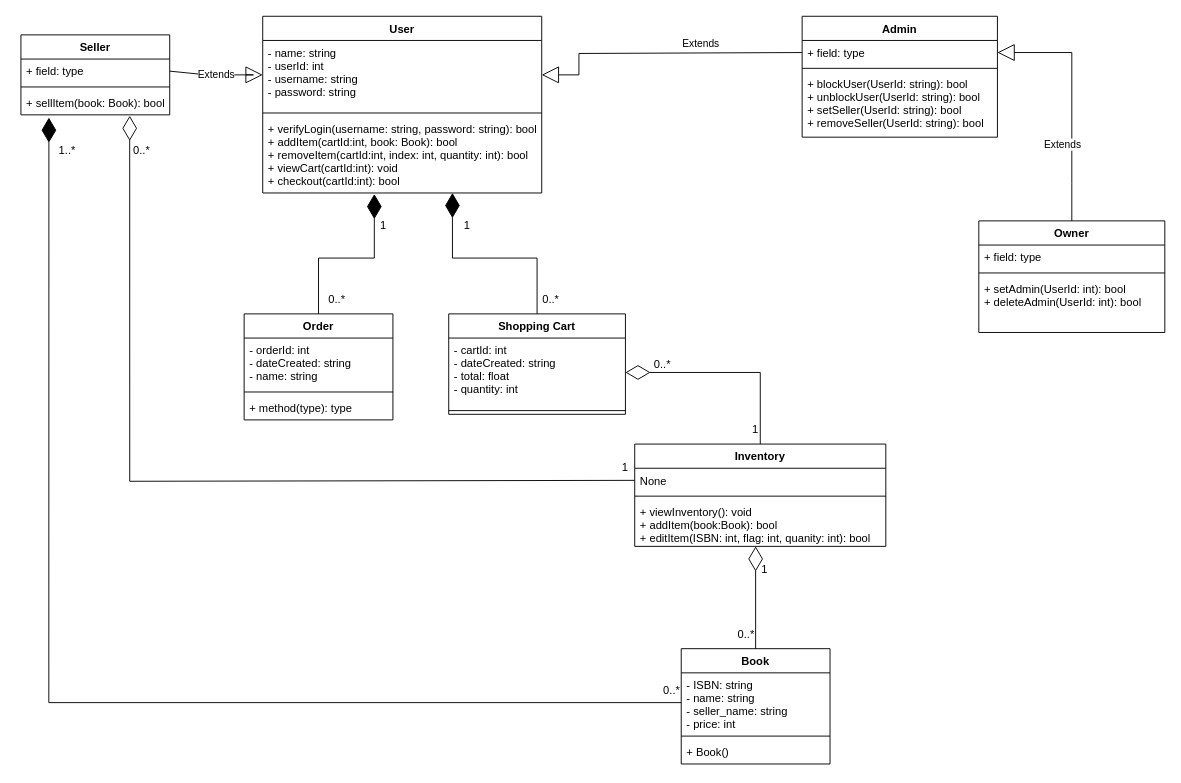
Before: Class_Diagram.drawio in adl409/SE-project-Group-5, a draw.io diagram. Source tidied: cells renumbered, new cells numbered last; positions are measured from the earlier drawing's top-left corner, leaving out a move shared by most shapes. Both pictures are drawn from the tidied source at 93%, with x=0, y=0 at pixel (20, 16).
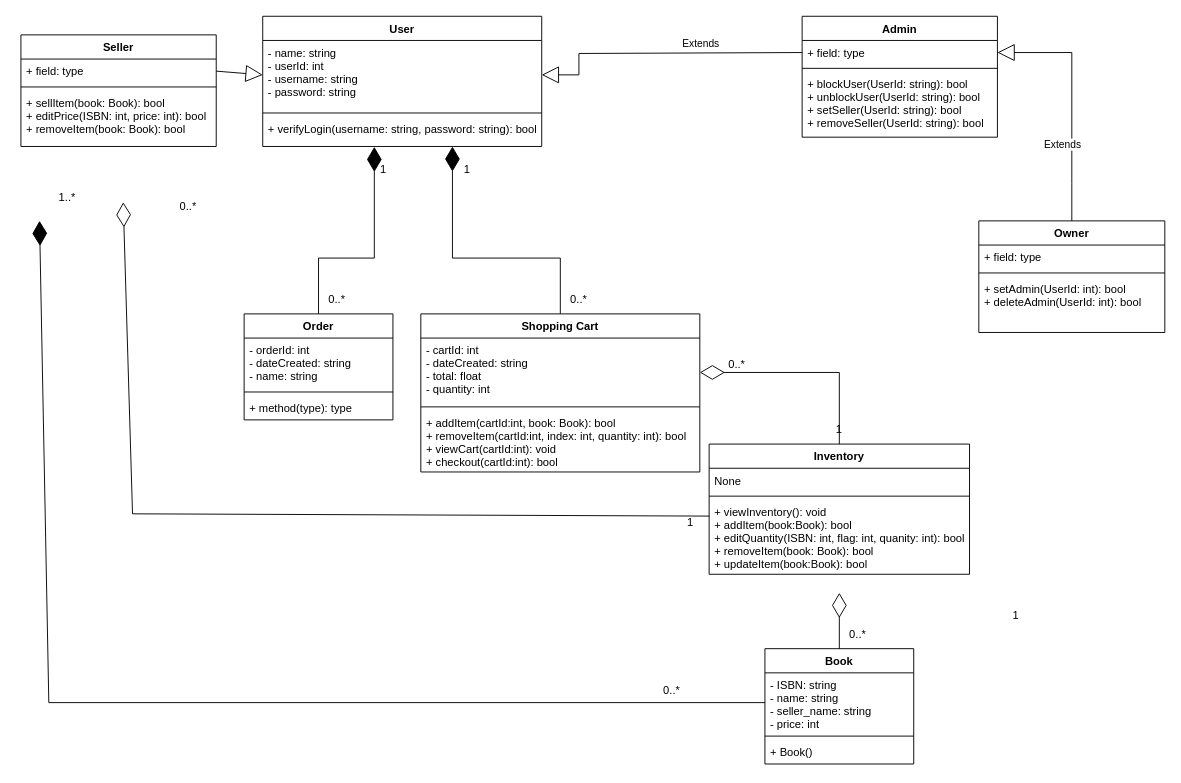
Above is the later version.

Unchanged cells that the change refers to:
```xml
<mxCell id="3" value="- name: string&#10;- userId: int&#10;- username: string&#10;- password: string" style="text;strokeColor=none;fillColor=none;align=left;verticalAlign=top;spacingLeft=4;spacingRight=4;overflow=hidden;points=[[0,0.5],[1,0.5]];portConstraint=eastwest;" parent="2" vertex="1">
  <mxGeometry y="26" width="300" height="74" as="geometry" />
</mxCell>
<mxCell id="42" value="- ISBN: string&#10;- name: string&#10;- seller_name: string&#10;- price: int" style="text;strokeColor=none;fillColor=none;align=left;verticalAlign=top;spacingLeft=4;spacingRight=4;overflow=hidden;points=[[0,0.5],[1,0.5]];portConstraint=eastwest;" parent="41" vertex="1">
  <mxGeometry y="26" width="160" height="64" as="geometry" />
</mxCell>
```

What changed in the source:
```diff
@@
     <mxCell id="2" value="User" style="swimlane;fontStyle=1;align=center;verticalAlign=top;horizontal=1;startSize=26;" parent="1" vertex="1">
-      <mxGeometry x="260" width="300" height="190" as="geometry" />
+      <mxGeometry x="260" width="300" height="140" as="geometry" />
     </mxCell>
@@
-    <mxCell id="5" value="+ verifyLogin(username: string, password: string): bool&#10;+ addItem(cartId:int, book: Book): bool&#10;+ removeItem(cartId:int, index: int, quantity: int): bool&#10;+ viewCart(cartId:int): void&#10;+ checkout(cartId:int): bool&#10;" style="text;strokeColor=none;fillColor=none;align=left;verticalAlign=top;spacingLeft=4;spacingRight=4;overflow=hidden;points=[[0,0.5],[1,0.5]];portConstraint=eastwest;" parent="2" vertex="1">
-      <mxGeometry y="108" width="300" height="82" as="geometry" />
+    <mxCell id="5" value="+ verifyLogin(username: string, password: string): bool&#10;" style="text;strokeColor=none;fillColor=none;align=left;verticalAlign=top;spacingLeft=4;spacingRight=4;overflow=hidden;points=[[0,0.5],[1,0.5]];portConstraint=eastwest;" parent="2" vertex="1">
+      <mxGeometry y="108" width="300" height="32" as="geometry" />
     </mxCell>
@@
-    <mxCell id="10" value="Shopping Cart" style="swimlane;fontStyle=1;align=center;verticalAlign=top;horizontal=1;startSize=26;" parent="1" vertex="1">
-      <mxGeometry x="460" y="320" width="190" height="108" as="geometry" />
-    </mxCell>
-    <mxCell id="11" value="- cartId: int&#10;- dateCreated: string&#10;- total: float&#10;- quantity: int" style="text;strokeColor=none;fillColor=none;align=left;verticalAlign=top;spacingLeft=4;spacingRight=4;overflow=hidden;points=[[0,0.5],[1,0.5]];portConstraint=eastwest;" parent="10" vertex="1">
-      <mxGeometry y="26" width="190" height="74" as="geometry" />
-    </mxCell>
-    <mxCell id="12" style="line;strokeWidth=1;fillColor=none;align=left;verticalAlign=middle;spacingTop=-1;spacingLeft=3;spacingRight=3;labelPosition=right;strokeColor=inherit;" parent="10" vertex="1">
-      <mxGeometry y="100" width="190" height="8" as="geometry" />
-    </mxCell>
     <mxCell id="13" value="Seller" style="swimlane;fontStyle=1;align=center;verticalAlign=top;horizontal=1;startSize=26;" parent="1" vertex="1">
-      <mxGeometry y="20" width="160" height="86" as="geometry" />
+      <mxGeometry y="20" width="210" height="120" as="geometry" />
     </mxCell>
     <mxCell id="14" value="+ field: type" style="text;strokeColor=none;fillColor=none;align=left;verticalAlign=top;spacingLeft=4;spacingRight=4;overflow=hidden;points=[[0,0.5],[1,0.5]];portConstraint=eastwest;" parent="13" vertex="1">
-      <mxGeometry y="26" width="160" height="26" as="geometry" />
+      <mxGeometry y="26" width="210" height="26" as="geometry" />
     </mxCell>
     <mxCell id="15" style="line;strokeWidth=1;fillColor=none;align=left;verticalAlign=middle;spacingTop=-1;spacingLeft=3;spacingRight=3;labelPosition=right;strokeColor=inherit;" parent="13" vertex="1">
-      <mxGeometry y="52" width="160" height="8" as="geometry" />
+      <mxGeometry y="52" width="210" height="8" as="geometry" />
     </mxCell>
-    <mxCell id="16" value="+ sellItem(book: Book): bool" style="text;strokeColor=none;fillColor=none;align=left;verticalAlign=top;spacingLeft=4;spacingRight=4;overflow=hidden;points=[[0,0.5],[1,0.5]];portConstraint=eastwest;" parent="13" vertex="1">
-      <mxGeometry y="60" width="160" height="26" as="geometry" />
+    <mxCell id="16" value="+ sellItem(book: Book): bool&#10;+ editPrice(ISBN: int, price: int): bool&#10;+ removeItem(book: Book): bool" style="text;strokeColor=none;fillColor=none;align=left;verticalAlign=top;spacingLeft=4;spacingRight=4;overflow=hidden;points=[[0,0.5],[1,0.5]];portConstraint=eastwest;" parent="13" vertex="1">
+      <mxGeometry y="60" width="210" height="60" as="geometry" />
     </mxCell>
@@
     <mxCell id="21" value="Inventory&#10;" style="swimlane;fontStyle=1;align=center;verticalAlign=top;horizontal=1;startSize=26;" parent="1" vertex="1">
-      <mxGeometry x="660" y="460" width="270" height="110" as="geometry" />
+      <mxGeometry x="740" y="460" width="280" height="140" as="geometry" />
     </mxCell>
     <mxCell id="22" value="None" style="text;strokeColor=none;fillColor=none;align=left;verticalAlign=top;spacingLeft=4;spacingRight=4;overflow=hidden;points=[[0,0.5],[1,0.5]];portConstraint=eastwest;" parent="21" vertex="1">
-      <mxGeometry y="26" width="270" height="26" as="geometry" />
+      <mxGeometry y="26" width="280" height="26" as="geometry" />
     </mxCell>
     <mxCell id="23" style="line;strokeWidth=1;fillColor=none;align=left;verticalAlign=middle;spacingTop=-1;spacingLeft=3;spacingRight=3;labelPosition=right;strokeColor=inherit;" parent="21" vertex="1">
-      <mxGeometry y="52" width="270" height="8" as="geometry" />
+      <mxGeometry y="52" width="280" height="8" as="geometry" />
     </mxCell>
-    <mxCell id="24" value="+ viewInventory(): void&#10;+ addItem(book:Book): bool&#10;+ editItem(ISBN: int, flag: int, quanity: int): bool" style="text;strokeColor=none;fillColor=none;align=left;verticalAlign=top;spacingLeft=4;spacingRight=4;overflow=hidden;points=[[0,0.5],[1,0.5]];portConstraint=eastwest;" parent="21" vertex="1">
-      <mxGeometry y="60" width="270" height="50" as="geometry" />
+    <mxCell id="24" value="+ viewInventory(): void&#10;+ addItem(book:Book): bool&#10;+ editQuantity(ISBN: int, flag: int, quanity: int): bool&#10;+ removeItem(book: Book): bool&#10;+ updateItem(book:Book): bool" style="text;strokeColor=none;fillColor=none;align=left;verticalAlign=top;spacingLeft=4;spacingRight=4;overflow=hidden;points=[[0,0.5],[1,0.5]];portConstraint=eastwest;" parent="21" vertex="1">
+      <mxGeometry y="60" width="280" height="80" as="geometry" />
     </mxCell>
@@
     <mxCell id="29" style="endArrow=diamondThin;endFill=1;endSize=24;html=1;rounded=0;exitX=0.5;exitY=0;exitDx=0;exitDy=0;" parent="1" edge="1" source="10">
       <mxGeometry relative="1" as="geometry">
-        <mxPoint x="464" y="190" as="targetPoint" />
+        <mxPoint x="464" y="140" as="targetPoint" />
         <Array as="points">
-          <mxPoint x="555" y="260" />
+          <mxPoint x="580" y="260" />
           <mxPoint x="464" y="260" />
         </Array>
       </mxGeometry>
     </mxCell>
@@
-    <mxCell id="32" value="Extends" style="endArrow=block;endSize=16;endFill=0;html=1;rounded=0;entryX=0;entryY=0.5;entryDx=0;entryDy=0;exitX=1;exitY=0.5;exitDx=0;exitDy=0;" parent="1" edge="1" source="14" target="3">
-      <mxGeometry relative="1" as="geometry">
-        <Array as="points">
-          <mxPoint x="200" y="63" />
-          <mxPoint x="250" y="63" />
-        </Array>
-      </mxGeometry>
+    <mxCell id="32" value="&lt;br&gt;" style="endArrow=block;endSize=16;endFill=0;html=1;rounded=0;entryX=0;entryY=0.5;entryDx=0;entryDy=0;exitX=1;exitY=0.5;exitDx=0;exitDy=0;" parent="1" edge="1" source="14" target="3">
+      <mxGeometry x="0.43" y="-127" relative="1" as="geometry" />
     </mxCell>
@@
     <mxCell id="35" value="1" style="text;strokeColor=none;align=center;fillColor=none;html=1;verticalAlign=middle;whiteSpace=wrap;rounded=0;" parent="1" vertex="1">
-      <mxGeometry x="360" y="210" width="60" height="30" as="geometry" />
+      <mxGeometry x="360" y="150" width="60" height="30" as="geometry" />
     </mxCell>
     <mxCell id="36" value="1" style="text;strokeColor=none;align=center;fillColor=none;html=1;verticalAlign=middle;whiteSpace=wrap;rounded=0;" parent="1" vertex="1">
-      <mxGeometry x="450" y="210" width="60" height="30" as="geometry" />
+      <mxGeometry x="450" y="150" width="60" height="30" as="geometry" />
     </mxCell>
     <mxCell id="37" value="0..*" style="text;strokeColor=none;align=center;fillColor=none;html=1;verticalAlign=middle;whiteSpace=wrap;rounded=0;" parent="1" vertex="1">
-      <mxGeometry x="540" y="290" width="60" height="30" as="geometry" />
+      <mxGeometry x="570" y="290" width="60" height="30" as="geometry" />
     </mxCell>
-    <mxCell id="38" style="endArrow=diamondThin;endFill=0;endSize=24;html=1;rounded=0;exitX=0.5;exitY=0;exitDx=0;exitDy=0;entryX=1;entryY=0.5;entryDx=0;entryDy=0;" parent="1" edge="1" source="21" target="11">
+    <mxCell id="38" style="endArrow=diamondThin;endFill=0;endSize=24;html=1;rounded=0;exitX=0.5;exitY=0;exitDx=0;exitDy=0;" parent="1" edge="1" source="21">
       <mxGeometry relative="1" as="geometry">
+        <mxPoint x="730" y="383" as="targetPoint" />
         <Array as="points">
-          <mxPoint x="795" y="383" />
+          <mxPoint x="880" y="383" />
         </Array>
       </mxGeometry>
     </mxCell>
     <mxCell id="39" value="1" style="text;strokeColor=none;align=center;fillColor=none;html=1;verticalAlign=middle;whiteSpace=wrap;rounded=0;" parent="1" vertex="1">
-      <mxGeometry x="760" y="430" width="60" height="30" as="geometry" />
+      <mxGeometry x="850" y="430" width="60" height="30" as="geometry" />
     </mxCell>
     <mxCell id="40" value="0..*" style="text;strokeColor=none;align=center;fillColor=none;html=1;verticalAlign=middle;whiteSpace=wrap;rounded=0;" parent="1" vertex="1">
-      <mxGeometry x="660" y="360" width="60" height="30" as="geometry" />
+      <mxGeometry x="740" y="360" width="60" height="30" as="geometry" />
     </mxCell>
     <mxCell id="41" value="Book" style="swimlane;fontStyle=1;align=center;verticalAlign=top;horizontal=1;startSize=26;" parent="1" vertex="1">
-      <mxGeometry x="710" y="680" width="160" height="124" as="geometry" />
+      <mxGeometry x="800" y="680" width="160" height="124" as="geometry" />
     </mxCell>
@@
     <mxCell id="45" style="endArrow=diamondThin;endFill=0;endSize=24;html=1;rounded=0;exitX=0.5;exitY=0;exitDx=0;exitDy=0;" parent="1" edge="1" source="41">
       <mxGeometry relative="1" as="geometry">
-        <mxPoint x="790" y="570" as="targetPoint" />
+        <mxPoint x="880" y="620" as="targetPoint" />
       </mxGeometry>
     </mxCell>
     <mxCell id="46" value="0..*" style="text;strokeColor=none;align=center;fillColor=none;html=1;verticalAlign=middle;whiteSpace=wrap;rounded=0;" parent="1" vertex="1">
-      <mxGeometry x="750" y="650" width="60" height="30" as="geometry" />
+      <mxGeometry x="870" y="650" width="60" height="30" as="geometry" />
     </mxCell>
     <mxCell id="47" value="1" style="text;strokeColor=none;align=center;fillColor=none;html=1;verticalAlign=middle;whiteSpace=wrap;rounded=0;" parent="1" vertex="1">
-      <mxGeometry x="770" y="580" width="60" height="30" as="geometry" />
+      <mxGeometry x="1040" y="630" width="60" height="30" as="geometry" />
     </mxCell>
@@
     <mxCell id="49" value="1..*" style="text;strokeColor=none;align=center;fillColor=none;html=1;verticalAlign=middle;whiteSpace=wrap;rounded=0;" parent="1" vertex="1">
-      <mxGeometry x="20" y="130" width="60" height="30" as="geometry" />
+      <mxGeometry x="20" y="180" width="60" height="30" as="geometry" />
     </mxCell>
-    <mxCell id="50" style="endArrow=diamondThin;endFill=0;endSize=24;html=1;rounded=0;exitX=0;exitY=0.5;exitDx=0;exitDy=0;entryX=0.731;entryY=1.038;entryDx=0;entryDy=0;entryPerimeter=0;" parent="1" edge="1" source="22" target="16">
+    <mxCell id="50" style="endArrow=diamondThin;endFill=0;endSize=24;html=1;rounded=0;exitX=0.001;exitY=0.218;exitDx=0;exitDy=0;exitPerimeter=0;" parent="1" edge="1" source="24">
       <mxGeometry relative="1" as="geometry">
+        <mxPoint x="110" y="200" as="targetPoint" />
         <Array as="points">
-          <mxPoint x="117" y="500" />
+          <mxPoint x="120" y="535" />
         </Array>
       </mxGeometry>
     </mxCell>
     <mxCell id="51" value="1" style="text;strokeColor=none;align=center;fillColor=none;html=1;verticalAlign=middle;whiteSpace=wrap;rounded=0;" parent="1" vertex="1">
-      <mxGeometry x="620" y="470" width="60" height="30" as="geometry" />
+      <mxGeometry x="690" y="530" width="60" height="30" as="geometry" />
     </mxCell>
     <mxCell id="52" value="0..*" style="text;strokeColor=none;align=center;fillColor=none;html=1;verticalAlign=middle;whiteSpace=wrap;rounded=0;" parent="1" vertex="1">
-      <mxGeometry x="100" y="130" width="60" height="30" as="geometry" />
+      <mxGeometry x="150" y="190" width="60" height="30" as="geometry" />
     </mxCell>
-    <mxCell id="53" style="endArrow=diamondThin;endFill=1;endSize=24;html=1;rounded=0;exitX=0;exitY=0.5;exitDx=0;exitDy=0;entryX=0.188;entryY=1.115;entryDx=0;entryDy=0;entryPerimeter=0;" parent="1" edge="1" source="42" target="16">
+    <mxCell id="53" style="endArrow=diamondThin;endFill=1;endSize=24;html=1;rounded=0;exitX=0;exitY=0.5;exitDx=0;exitDy=0;" parent="1" edge="1" source="42">
       <mxGeometry relative="1" as="geometry">
+        <mxPoint x="20" y="220" as="targetPoint" />
         <Array as="points">
           <mxPoint x="30" y="738" />
         </Array>
       </mxGeometry>
     </mxCell>
+    <mxCell id="10" value="Shopping Cart" style="swimlane;fontStyle=1;align=center;verticalAlign=top;horizontal=1;startSize=26;" parent="1" vertex="1">
+      <mxGeometry x="430" y="320" width="300" height="170" as="geometry" />
+    </mxCell>
+    <mxCell id="11" value="- cartId: int&#10;- dateCreated: string&#10;- total: float&#10;- quantity: int" style="text;strokeColor=none;fillColor=none;align=left;verticalAlign=top;spacingLeft=4;spacingRight=4;overflow=hidden;points=[[0,0.5],[1,0.5]];portConstraint=eastwest;" parent="10" vertex="1">
+      <mxGeometry y="26" width="300" height="70" as="geometry" />
+    </mxCell>
+    <mxCell id="54" style="line;strokeWidth=1;fillColor=none;align=left;verticalAlign=middle;spacingTop=-1;spacingLeft=3;spacingRight=3;labelPosition=right;strokeColor=inherit;" parent="10" vertex="1">
+      <mxGeometry y="96" width="300" height="8" as="geometry" />
+    </mxCell>
+    <mxCell id="55" value="+ addItem(cartId:int, book: Book): bool&#10;+ removeItem(cartId:int, index: int, quantity: int): bool&#10;+ viewCart(cartId:int): void&#10;+ checkout(cartId:int): bool&#10;" style="text;strokeColor=none;fillColor=none;align=left;verticalAlign=top;spacingLeft=4;spacingRight=4;overflow=hidden;" parent="10" vertex="1">
+      <mxGeometry y="104" width="300" height="66" as="geometry" />
+    </mxCell>
```
